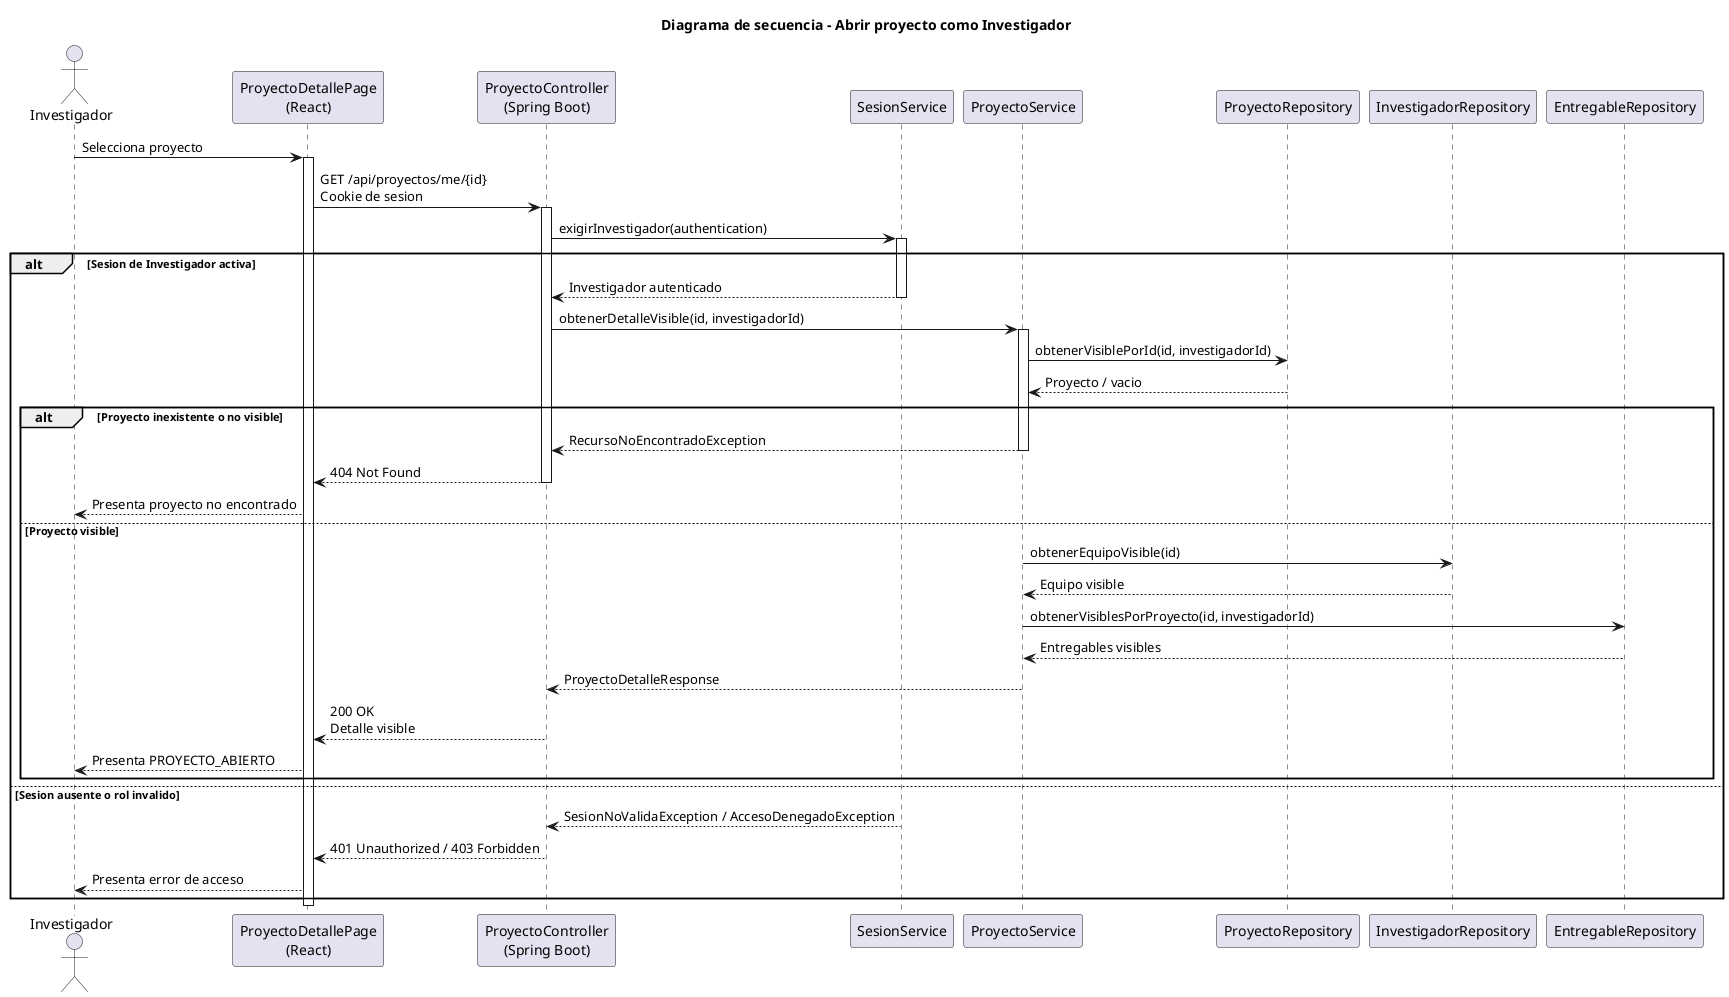
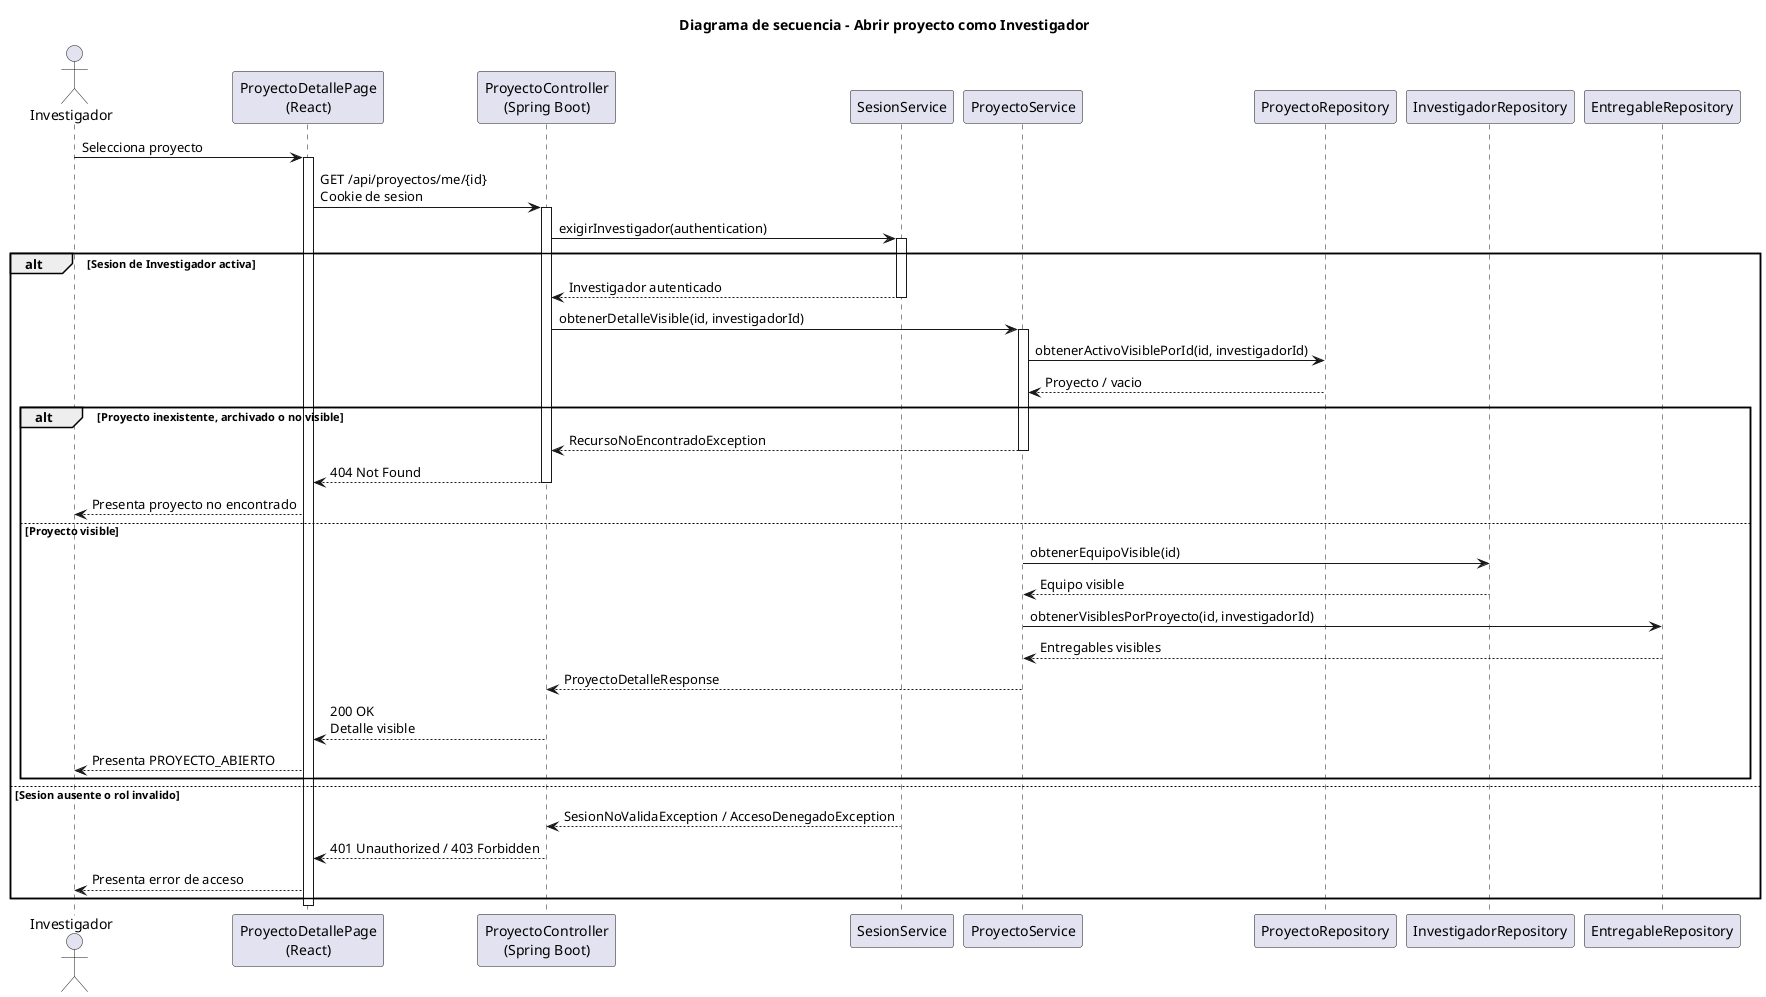
@startuml abrirProyecto-investigador-diseno
title Diagrama de secuencia - Abrir proyecto como Investigador

actor Investigador
participant "ProyectoDetallePage\n(React)" as Frontend
participant "ProyectoController\n(Spring Boot)" as Api
participant "SesionService" as Sesion
participant "ProyectoService" as Service
participant "ProyectoRepository" as Repo
participant "InvestigadorRepository" as InvestigadorRepo
participant "EntregableRepository" as EntregableRepo

Investigador -> Frontend: Selecciona proyecto
activate Frontend
Frontend -> Api: GET /api/proyectos/me/{id}\nCookie de sesion
activate Api
Api -> Sesion: exigirInvestigador(authentication)
activate Sesion
alt Sesion de Investigador activa
    Sesion --> Api: Investigador autenticado
    deactivate Sesion
    Api -> Service: obtenerDetalleVisible(id, investigadorId)
    activate Service
-     Service -> Repo: obtenerVisiblePorId(id, investigadorId)
+     Service -> Repo: obtenerActivoVisiblePorId(id, investigadorId)
    Repo --> Service: Proyecto / vacio
-     alt Proyecto inexistente o no visible
+     alt Proyecto inexistente, archivado o no visible
        Service --> Api: RecursoNoEncontradoException
        deactivate Service
        Api --> Frontend: 404 Not Found
        deactivate Api
        Frontend --> Investigador: Presenta proyecto no encontrado
    else Proyecto visible
        Service -> InvestigadorRepo: obtenerEquipoVisible(id)
        InvestigadorRepo --> Service: Equipo visible
        Service -> EntregableRepo: obtenerVisiblesPorProyecto(id, investigadorId)
        EntregableRepo --> Service: Entregables visibles
        Service --> Api: ProyectoDetalleResponse
        deactivate Service
        Api --> Frontend: 200 OK\nDetalle visible
        deactivate Api
        Frontend --> Investigador: Presenta PROYECTO_ABIERTO
    end
else Sesion ausente o rol invalido
    Sesion --> Api: SesionNoValidaException / AccesoDenegadoException
    deactivate Sesion
    Api --> Frontend: 401 Unauthorized / 403 Forbidden
    deactivate Api
    Frontend --> Investigador: Presenta error de acceso
end
deactivate Frontend
@enduml
